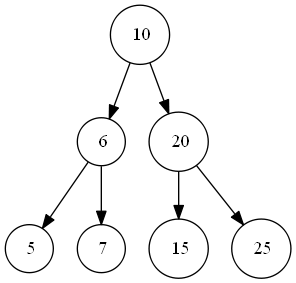
OmarLetona14/NoPainNoGain keeps this Graphviz diagram as ArbolAVL.png. Above is the earlier version. Its source is kept beside it as ArbolAVL.dot.
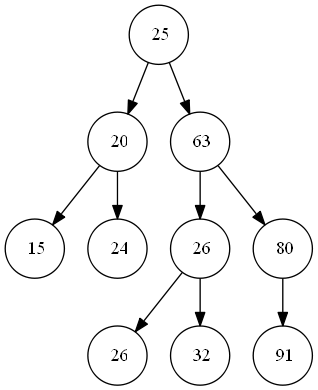
After the commit.

Change to the diagram source:
```diff
@@ -1,17 +1,23 @@
 digraph ArbolAVL {
 node[shape=circle]
-nodo10 [ label = " 10"];
-nodo6 [ label = " 6"];
-nodo5 [ label = " 5"];
-nodo7 [ label = " 7"];
-nodo20 [ label = " 20"];
-nodo15 [ label = " 15"];
-nodo25 [ label = " 25"];
-nodo10: c0->nodo6;
-nodo10: c1->nodo20;
-nodo6: c0->nodo5;
-nodo6: c1->nodo7;
-nodo20: c0->nodo15;
-nodo20: c1->nodo25;
+nodo1857481430 [ label = " 25"];
+nodo957391171 [ label = " 20"];
+nodo1727283576 [ label = " 15"];
+nodo1062529055 [ label = " 24"];
+nodo1726829945 [ label = " 63"];
+nodo1514928734 [ label = " 26"];
+nodo519086062 [ label = " 26"];
+nodo108824639 [ label = " 32"];
+nodo171332372 [ label = " 80"];
+nodo254460166 [ label = " 91"];
+nodo1857481430: c0->nodo957391171;
+nodo1857481430: c1->nodo1726829945;
+nodo957391171: c0->nodo1727283576;
+nodo957391171: c1->nodo1062529055;
+nodo1726829945: c0->nodo1514928734;
+nodo1726829945: c1->nodo171332372;
+nodo1514928734: c0->nodo519086062;
+nodo1514928734: c1->nodo108824639;
+nodo171332372: c1->nodo254460166;
 
 }
```
